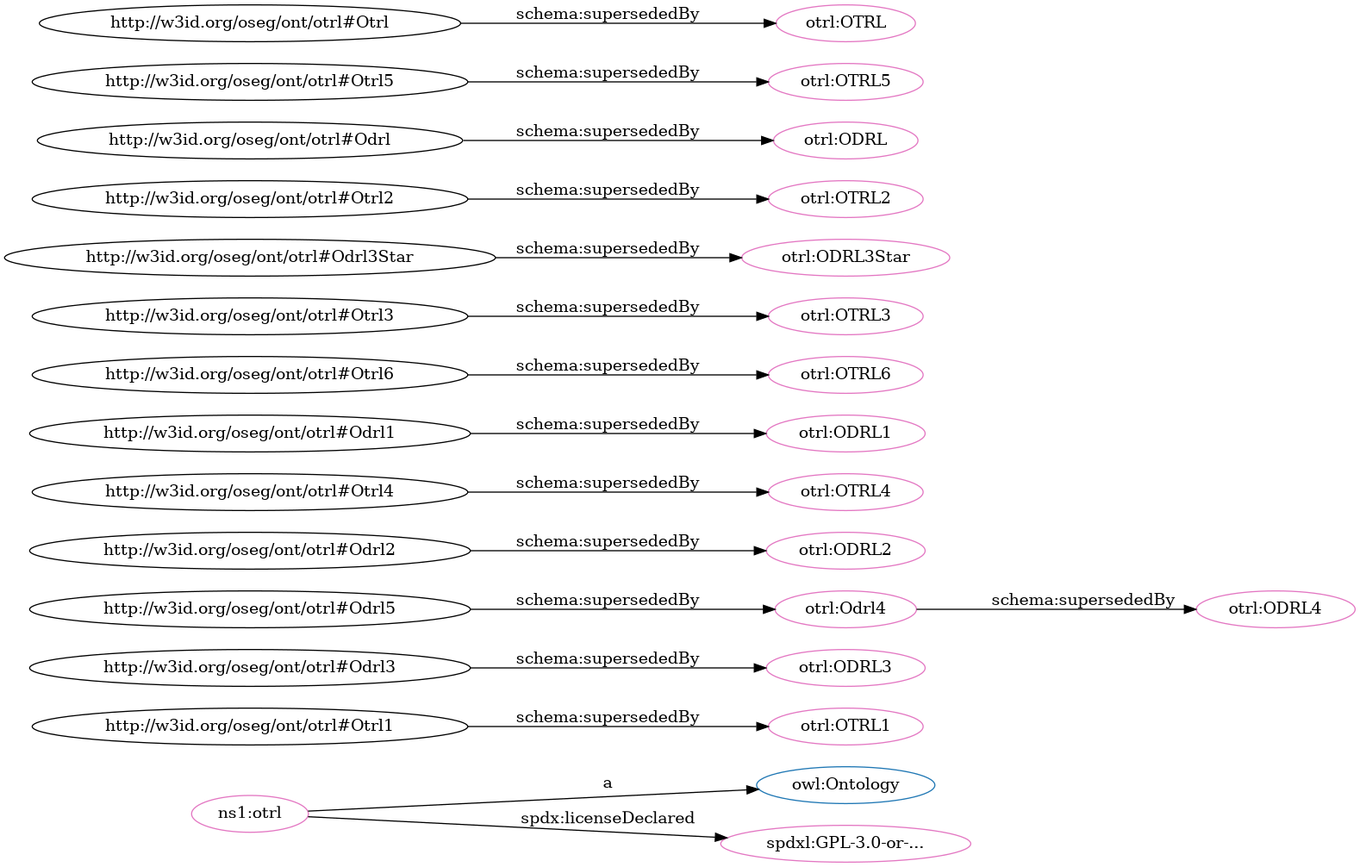
Before: src/spec/dot_otrl_deprecated.png, a diagram exported from Graphviz (iop-alliance/OpenKnowHow). Its source is kept beside it as src/spec/dot_otrl_deprecated.dot.
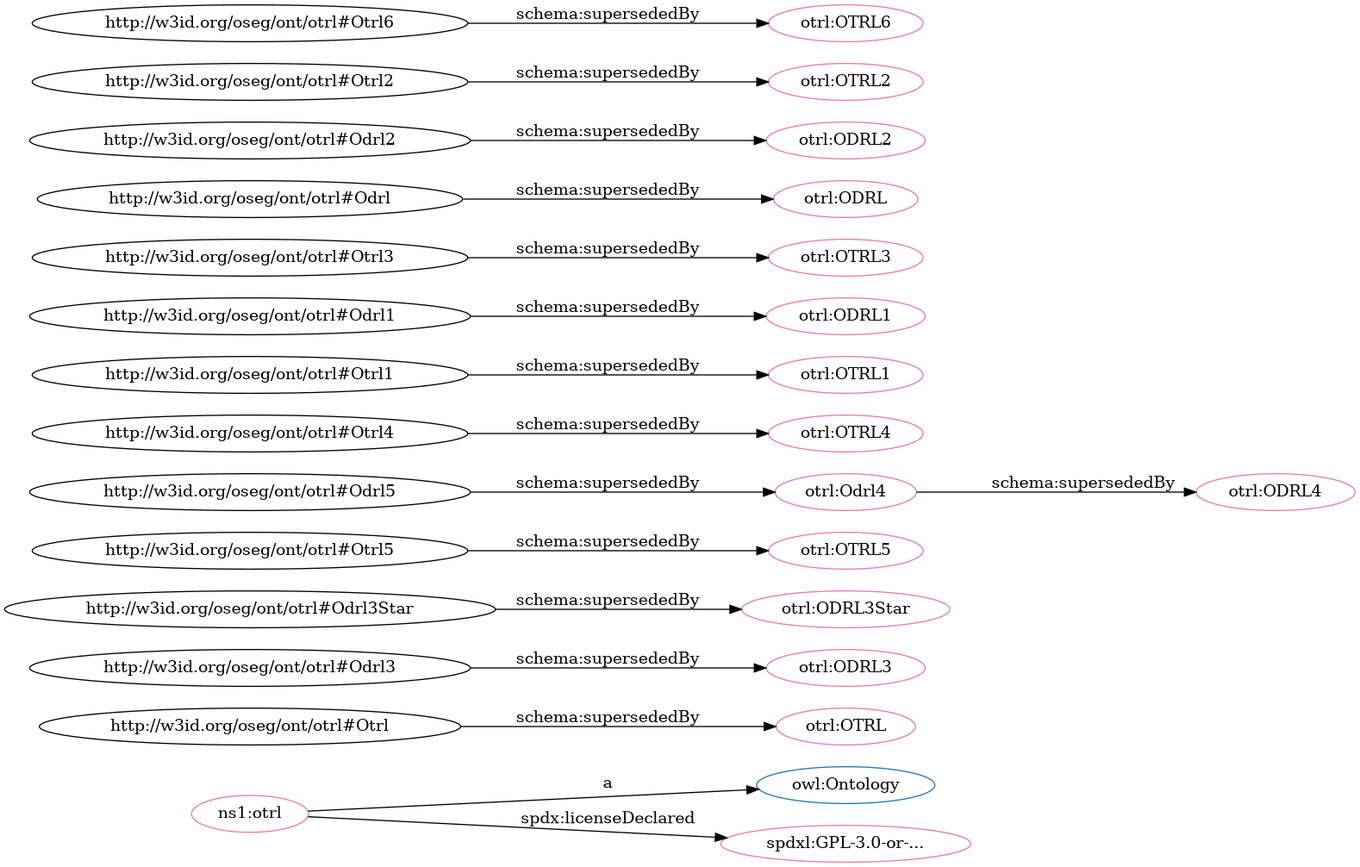
Later version of the same file.

What changed in the source:
```diff
@@ -2,36 +2,36 @@
   rankdir=BT
   node[height=.3]
 "http://www.w3.org/2002/07/owl#Ontology" [fillcolor="#1f77b4" color="#1f77b4" label="owl:Ontology"]
+"http://w3id.org/oseg/ont/otrl#OTRL" [fillcolor="#e377c2" color="#e377c2" label="otrl:OTRL"]
+"http://spdx.org/licenses/GPL-3.0-or-later" [fillcolor="#e377c2" color="#e377c2" label="spdxl:GPL-3.0-or-..."]
+"http://w3id.org/oseg/ont/otrl#ODRL3" [fillcolor="#e377c2" color="#e377c2" label="otrl:ODRL3"]
+"http://w3id.org/oseg/ont/otrl#ODRL3Star" [fillcolor="#e377c2" color="#e377c2" label="otrl:ODRL3Star"]
+"http://w3id.org/oseg/ont/otrl#OTRL5" [fillcolor="#e377c2" color="#e377c2" label="otrl:OTRL5"]
+"http://w3id.org/oseg/ont/otrl#Odrl4" [fillcolor="#e377c2" color="#e377c2" label="otrl:Odrl4"]
+"http://w3id.org/oseg/ont/otrl" [fillcolor="#e377c2" color="#e377c2" label="ns1:otrl"]
+"http://w3id.org/oseg/ont/otrl#ODRL4" [fillcolor="#e377c2" color="#e377c2" label="otrl:ODRL4"]
+"http://w3id.org/oseg/ont/otrl#OTRL4" [fillcolor="#e377c2" color="#e377c2" label="otrl:OTRL4"]
 "http://w3id.org/oseg/ont/otrl#OTRL1" [fillcolor="#e377c2" color="#e377c2" label="otrl:OTRL1"]
-"http://w3id.org/oseg/ont/otrl#ODRL3" [fillcolor="#e377c2" color="#e377c2" label="otrl:ODRL3"]
-"http://w3id.org/oseg/ont/otrl#ODRL4" [fillcolor="#e377c2" color="#e377c2" label="otrl:ODRL4"]
+"http://w3id.org/oseg/ont/otrl#ODRL1" [fillcolor="#e377c2" color="#e377c2" label="otrl:ODRL1"]
+"http://w3id.org/oseg/ont/otrl#OTRL3" [fillcolor="#e377c2" color="#e377c2" label="otrl:OTRL3"]
+"http://w3id.org/oseg/ont/otrl#ODRL" [fillcolor="#e377c2" color="#e377c2" label="otrl:ODRL"]
 "http://w3id.org/oseg/ont/otrl#ODRL2" [fillcolor="#e377c2" color="#e377c2" label="otrl:ODRL2"]
-"http://w3id.org/oseg/ont/otrl#OTRL4" [fillcolor="#e377c2" color="#e377c2" label="otrl:OTRL4"]
-"http://w3id.org/oseg/ont/otrl#ODRL1" [fillcolor="#e377c2" color="#e377c2" label="otrl:ODRL1"]
+"http://w3id.org/oseg/ont/otrl#OTRL2" [fillcolor="#e377c2" color="#e377c2" label="otrl:OTRL2"]
 "http://w3id.org/oseg/ont/otrl#OTRL6" [fillcolor="#e377c2" color="#e377c2" label="otrl:OTRL6"]
-"http://spdx.org/licenses/GPL-3.0-or-later" [fillcolor="#e377c2" color="#e377c2" label="spdxl:GPL-3.0-or-..."]
-"http://w3id.org/oseg/ont/otrl#OTRL3" [fillcolor="#e377c2" color="#e377c2" label="otrl:OTRL3"]
-"http://w3id.org/oseg/ont/otrl#ODRL3Star" [fillcolor="#e377c2" color="#e377c2" label="otrl:ODRL3Star"]
-"http://w3id.org/oseg/ont/otrl#OTRL2" [fillcolor="#e377c2" color="#e377c2" label="otrl:OTRL2"]
-"http://w3id.org/oseg/ont/otrl" [fillcolor="#e377c2" color="#e377c2" label="ns1:otrl"]
-"http://w3id.org/oseg/ont/otrl#ODRL" [fillcolor="#e377c2" color="#e377c2" label="otrl:ODRL"]
-"http://w3id.org/oseg/ont/otrl#Odrl4" [fillcolor="#e377c2" color="#e377c2" label="otrl:Odrl4"]
-"http://w3id.org/oseg/ont/otrl#OTRL5" [fillcolor="#e377c2" color="#e377c2" label="otrl:OTRL5"]
-"http://w3id.org/oseg/ont/otrl#OTRL" [fillcolor="#e377c2" color="#e377c2" label="otrl:OTRL"]
+  "http://w3id.org/oseg/ont/otrl#Otrl" -> "http://w3id.org/oseg/ont/otrl#OTRL" [label="schema:supersededBy"]
+  "http://w3id.org/oseg/ont/otrl" -> "http://spdx.org/licenses/GPL-3.0-or-later" [label="spdx:licenseDeclared"]
+  "http://w3id.org/oseg/ont/otrl#Odrl3" -> "http://w3id.org/oseg/ont/otrl#ODRL3" [label="schema:supersededBy"]
+  "http://w3id.org/oseg/ont/otrl#Odrl3Star" -> "http://w3id.org/oseg/ont/otrl#ODRL3Star" [label="schema:supersededBy"]
+  "http://w3id.org/oseg/ont/otrl#Otrl5" -> "http://w3id.org/oseg/ont/otrl#OTRL5" [label="schema:supersededBy"]
+  "http://w3id.org/oseg/ont/otrl#Odrl5" -> "http://w3id.org/oseg/ont/otrl#Odrl4" [label="schema:supersededBy"]
+  "http://w3id.org/oseg/ont/otrl" -> "http://www.w3.org/2002/07/owl#Ontology" [label="a"]
+  "http://w3id.org/oseg/ont/otrl#Odrl4" -> "http://w3id.org/oseg/ont/otrl#ODRL4" [label="schema:supersededBy"]
+  "http://w3id.org/oseg/ont/otrl#Otrl4" -> "http://w3id.org/oseg/ont/otrl#OTRL4" [label="schema:supersededBy"]
   "http://w3id.org/oseg/ont/otrl#Otrl1" -> "http://w3id.org/oseg/ont/otrl#OTRL1" [label="schema:supersededBy"]
-  "http://w3id.org/oseg/ont/otrl#Odrl3" -> "http://w3id.org/oseg/ont/otrl#ODRL3" [label="schema:supersededBy"]
-  "http://w3id.org/oseg/ont/otrl#Odrl4" -> "http://w3id.org/oseg/ont/otrl#ODRL4" [label="schema:supersededBy"]
+  "http://w3id.org/oseg/ont/otrl#Odrl1" -> "http://w3id.org/oseg/ont/otrl#ODRL1" [label="schema:supersededBy"]
+  "http://w3id.org/oseg/ont/otrl#Otrl3" -> "http://w3id.org/oseg/ont/otrl#OTRL3" [label="schema:supersededBy"]
+  "http://w3id.org/oseg/ont/otrl#Odrl" -> "http://w3id.org/oseg/ont/otrl#ODRL" [label="schema:supersededBy"]
   "http://w3id.org/oseg/ont/otrl#Odrl2" -> "http://w3id.org/oseg/ont/otrl#ODRL2" [label="schema:supersededBy"]
-  "http://w3id.org/oseg/ont/otrl#Otrl4" -> "http://w3id.org/oseg/ont/otrl#OTRL4" [label="schema:supersededBy"]
-  "http://w3id.org/oseg/ont/otrl#Odrl1" -> "http://w3id.org/oseg/ont/otrl#ODRL1" [label="schema:supersededBy"]
+  "http://w3id.org/oseg/ont/otrl#Otrl2" -> "http://w3id.org/oseg/ont/otrl#OTRL2" [label="schema:supersededBy"]
   "http://w3id.org/oseg/ont/otrl#Otrl6" -> "http://w3id.org/oseg/ont/otrl#OTRL6" [label="schema:supersededBy"]
-  "http://w3id.org/oseg/ont/otrl#Otrl3" -> "http://w3id.org/oseg/ont/otrl#OTRL3" [label="schema:supersededBy"]
-  "http://w3id.org/oseg/ont/otrl" -> "http://spdx.org/licenses/GPL-3.0-or-later" [label="spdx:licenseDeclared"]
-  "http://w3id.org/oseg/ont/otrl#Odrl3Star" -> "http://w3id.org/oseg/ont/otrl#ODRL3Star" [label="schema:supersededBy"]
-  "http://w3id.org/oseg/ont/otrl#Otrl2" -> "http://w3id.org/oseg/ont/otrl#OTRL2" [label="schema:supersededBy"]
-  "http://w3id.org/oseg/ont/otrl" -> "http://www.w3.org/2002/07/owl#Ontology" [label="a"]
-  "http://w3id.org/oseg/ont/otrl#Odrl" -> "http://w3id.org/oseg/ont/otrl#ODRL" [label="schema:supersededBy"]
-  "http://w3id.org/oseg/ont/otrl#Odrl5" -> "http://w3id.org/oseg/ont/otrl#Odrl4" [label="schema:supersededBy"]
-  "http://w3id.org/oseg/ont/otrl#Otrl5" -> "http://w3id.org/oseg/ont/otrl#OTRL5" [label="schema:supersededBy"]
-  "http://w3id.org/oseg/ont/otrl#Otrl" -> "http://w3id.org/oseg/ont/otrl#OTRL" [label="schema:supersededBy"]
 }
```
